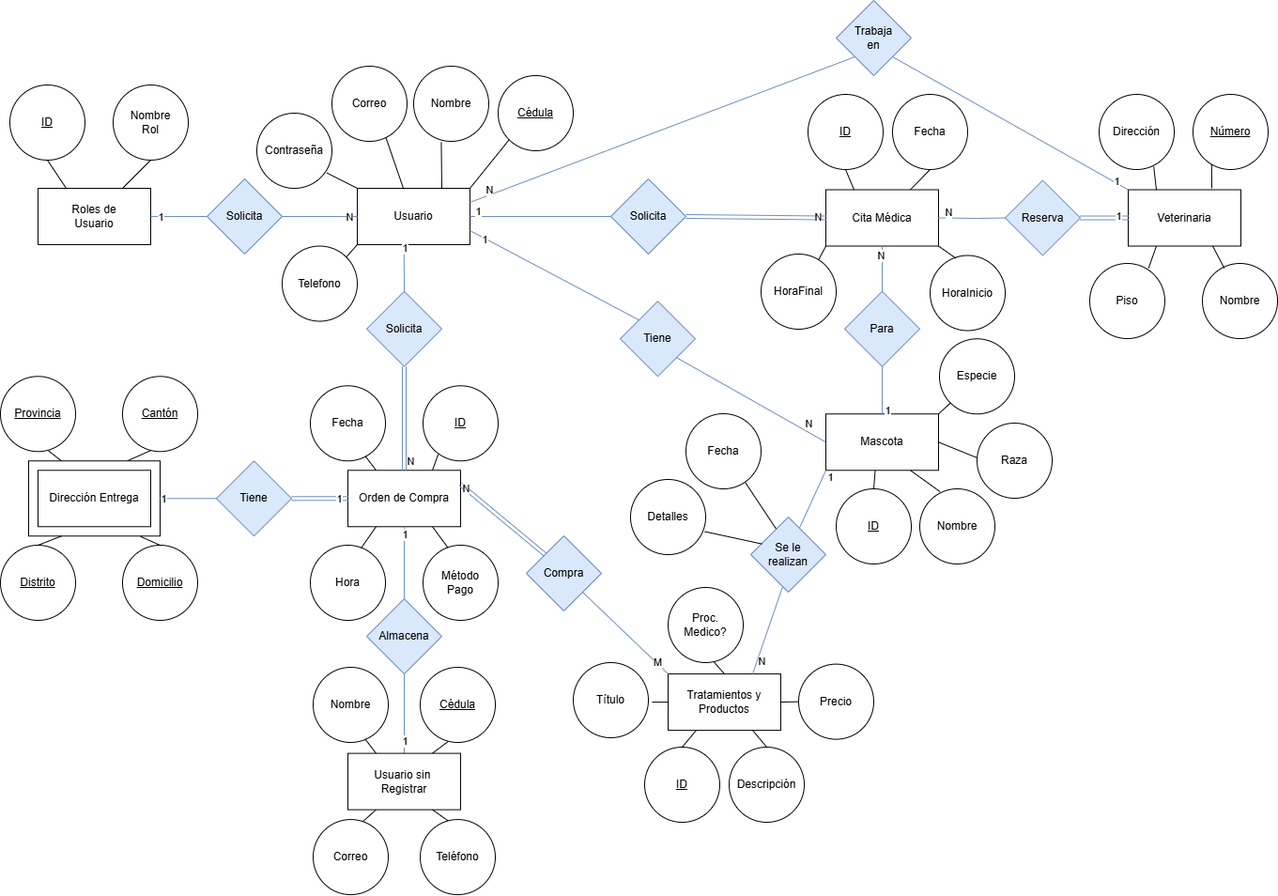
The draw.io diagram Database/Diagramas/Diagrama Conceptual.png in Maxg2212/MiPetCR, before a commit. Source tidied: cells renumbered, new cells last; positions are measured from the earlier drawing's top-left corner, leaving out a move shared by most shapes.
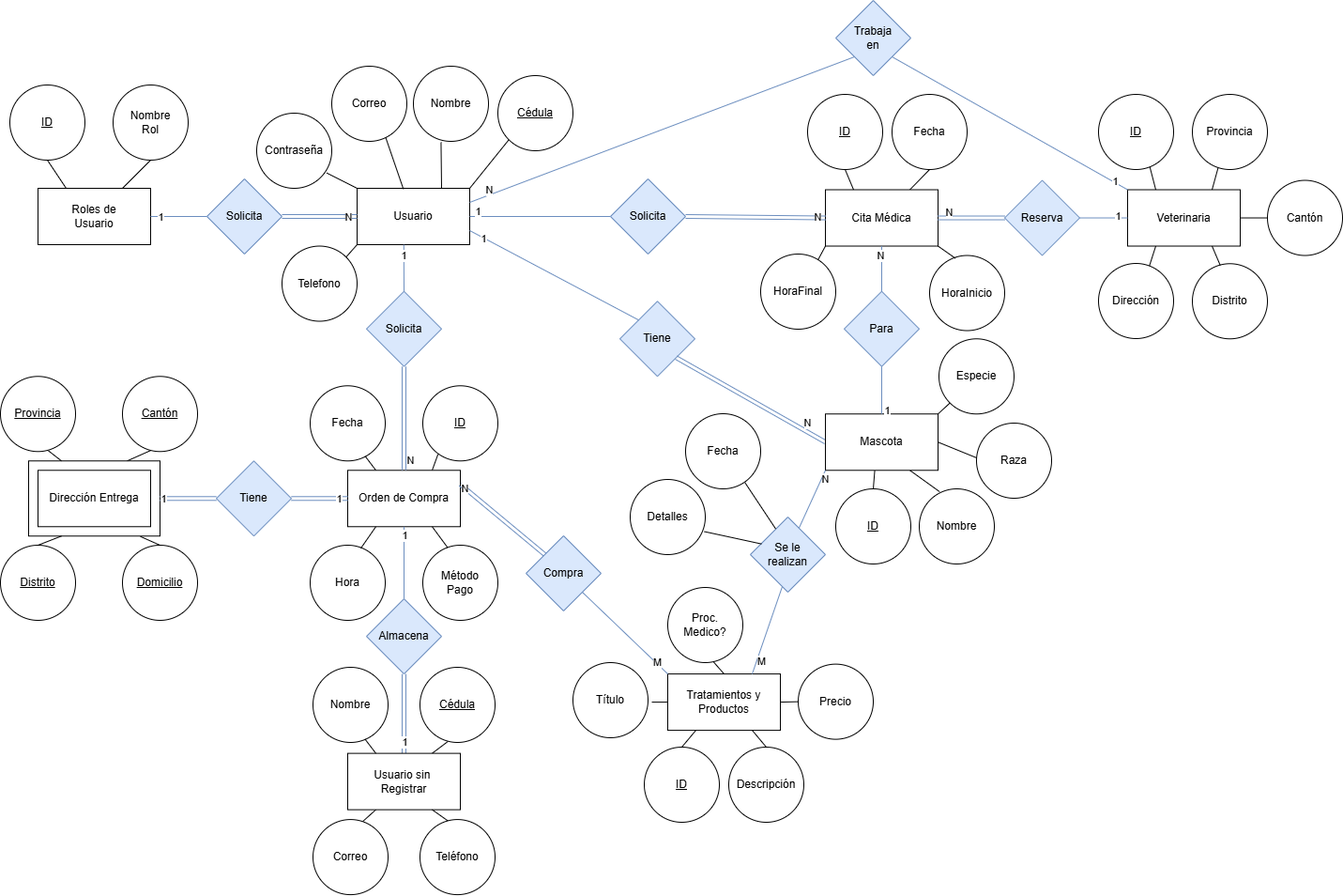
The same file after the commit.

Commit message:
Actualizaciones al diagrama conceptual

What changed in the source:
```diff
@@ -23,7 +23,7 @@
     <mxCell id="8" style="endArrow=none;html=1;rounded=0;entryX=1;entryY=0;entryDx=0;entryDy=0;exitX=0;exitY=1;exitDx=0;exitDy=0;" parent="1" edge="1" source="3" target="6">
       <mxGeometry relative="1" as="geometry" />
     </mxCell>
-    <mxCell id="9" style="endArrow=none;html=1;rounded=0;entryX=0;entryY=0.5;entryDx=0;entryDy=0;exitX=1;exitY=1;exitDx=0;exitDy=0;fillColor=#dae8fc;strokeColor=#6c8ebf;" parent="1" edge="1" source="2" target="92">
+    <mxCell id="9" style="endArrow=none;html=1;rounded=0;entryX=0;entryY=0.5;entryDx=0;entryDy=0;exitX=1;exitY=1;exitDx=0;exitDy=0;fillColor=#dae8fc;strokeColor=#6c8ebf;shape=link;" parent="1" edge="1" source="2" target="92">
       <mxGeometry relative="1" as="geometry" />
     </mxCell>
     <mxCell id="10" value="N" style="edgeLabel;html=1;align=center;verticalAlign=middle;" parent="9" vertex="1">
@@ -57,14 +57,14 @@
     <mxCell id="18" style="endArrow=none;html=1;rounded=0;entryX=0.25;entryY=0;entryDx=0;entryDy=0;exitX=0.735;exitY=0.94;exitDx=0;exitDy=0;exitPerimeter=0;" parent="1" edge="1" source="17" target="33">
       <mxGeometry relative="1" as="geometry" />
     </mxCell>
-    <mxCell id="19" value="Dirección" style="ellipse;whiteSpace=wrap;html=1;" parent="1" vertex="1">
+    <mxCell id="19" value="&lt;u&gt;ID&lt;/u&gt;" style="ellipse;whiteSpace=wrap;html=1;" parent="1" vertex="1">
       <mxGeometry x="1170" y="100" width="80" height="80" as="geometry" />
     </mxCell>
-    <mxCell id="20" value="&lt;u&gt;Número&lt;/u&gt;" style="ellipse;whiteSpace=wrap;html=1;" parent="1" vertex="1">
+    <mxCell id="20" value="Provincia" style="ellipse;whiteSpace=wrap;html=1;" parent="1" vertex="1">
       <mxGeometry x="1270" y="100" width="80" height="80" as="geometry" />
     </mxCell>
-    <mxCell id="21" value="Nombre" style="ellipse;whiteSpace=wrap;html=1;" parent="1" vertex="1">
-      <mxGeometry x="1280" y="280" width="80" height="80" as="geometry" />
+    <mxCell id="21" value="Cantón" style="ellipse;whiteSpace=wrap;html=1;" parent="1" vertex="1">
+      <mxGeometry x="1350" y="191.5" width="80" height="80" as="geometry" />
     </mxCell>
     <mxCell id="22" value="&lt;u&gt;Provincia&lt;/u&gt;" style="ellipse;whiteSpace=wrap;html=1;" parent="1" vertex="1">
       <mxGeometry y="400.3" width="80" height="80" as="geometry" />
@@ -154,10 +154,12 @@
       <mxGeometry relative="1" as="geometry" />
     </mxCell>
     <mxCell id="49" value="1" style="edgeLabel;html=1;align=center;verticalAlign=middle;" parent="48" vertex="1">
-      <mxGeometry x="-0.9" relative="1" as="geometry" />
+      <mxGeometry x="-0.9" relative="1" as="geometry">
+        <mxPoint y="8" as="offset" />
+      </mxGeometry>
     </mxCell>
-    <mxCell id="50" value="Piso" style="ellipse;whiteSpace=wrap;html=1;" parent="1" vertex="1">
-      <mxGeometry x="1160" y="280" width="80" height="80" as="geometry" />
+    <mxCell id="50" value="Dirección" style="ellipse;whiteSpace=wrap;html=1;" parent="1" vertex="1">
+      <mxGeometry x="1170" y="280" width="80" height="80" as="geometry" />
     </mxCell>
     <mxCell id="51" value="HoraInicio" style="ellipse;whiteSpace=wrap;html=1;" parent="1" vertex="1">
       <mxGeometry x="990" y="271.5" width="80" height="80" as="geometry" />
@@ -201,7 +203,7 @@
     <mxCell id="64" value="Tiene" style="rhombus;whiteSpace=wrap;html=1;fillColor=#dae8fc;strokeColor=#6c8ebf;" parent="1" vertex="1">
       <mxGeometry x="230" y="490.3" width="80" height="80" as="geometry" />
     </mxCell>
-    <mxCell id="65" style="endArrow=none;html=1;rounded=0;exitX=1;exitY=0.5;exitDx=0;exitDy=0;fillColor=#dae8fc;strokeColor=#6c8ebf;entryX=0;entryY=0.5;entryDx=0;entryDy=0;" parent="1" edge="1" source="61" target="64">
+    <mxCell id="65" style="endArrow=none;html=1;rounded=0;exitX=1;exitY=0.5;exitDx=0;exitDy=0;fillColor=#dae8fc;strokeColor=#6c8ebf;entryX=0;entryY=0.5;entryDx=0;entryDy=0;shape=link;" parent="1" edge="1" source="61" target="64">
       <mxGeometry relative="1" as="geometry" />
     </mxCell>
     <mxCell id="66" value="1" style="edgeLabel;html=1;align=center;verticalAlign=middle;" parent="65" vertex="1">
@@ -241,7 +243,7 @@
         <mxPoint y="5" as="offset" />
       </mxGeometry>
     </mxCell>
-    <mxCell id="77" style="endArrow=none;html=1;rounded=0;exitX=0.5;exitY=0;exitDx=0;exitDy=0;fillColor=#dae8fc;strokeColor=#6c8ebf;entryX=0.5;entryY=1;entryDx=0;entryDy=0;" parent="1" edge="1" source="79" target="74">
+    <mxCell id="77" style="endArrow=none;html=1;rounded=0;exitX=0.5;exitY=0;exitDx=0;exitDy=0;fillColor=#dae8fc;strokeColor=#6c8ebf;entryX=0.5;entryY=1;entryDx=0;entryDy=0;shape=link;" parent="1" edge="1" source="79" target="74">
       <mxGeometry relative="1" as="geometry" />
     </mxCell>
     <mxCell id="78" value="1" style="edgeLabel;html=1;align=center;verticalAlign=middle;" parent="77" vertex="1">
@@ -355,7 +357,7 @@
     <mxCell id="112" value="Solicita" style="rhombus;whiteSpace=wrap;html=1;fillColor=#dae8fc;strokeColor=#6c8ebf;" parent="1" vertex="1">
       <mxGeometry x="220" y="190" width="80" height="80" as="geometry" />
     </mxCell>
-    <mxCell id="113" style="endArrow=none;html=1;rounded=0;entryX=1;entryY=0.5;entryDx=0;entryDy=0;exitX=0;exitY=0.5;exitDx=0;exitDy=0;fillColor=#dae8fc;strokeColor=#6c8ebf;" parent="1" edge="1" source="3" target="112">
+    <mxCell id="113" style="endArrow=none;html=1;rounded=0;entryX=1;entryY=0.5;entryDx=0;entryDy=0;exitX=0;exitY=0.5;exitDx=0;exitDy=0;fillColor=#dae8fc;strokeColor=#6c8ebf;shape=link;" parent="1" edge="1" source="3" target="112">
       <mxGeometry relative="1" as="geometry" />
     </mxCell>
     <mxCell id="114" value="N" style="edgeLabel;html=1;align=center;verticalAlign=middle;" parent="113" vertex="1">
@@ -371,21 +373,19 @@
         <mxPoint x="-47" as="offset" />
       </mxGeometry>
     </mxCell>
-    <mxCell id="117" style="endArrow=none;html=1;rounded=0;entryX=0.727;entryY=0.962;entryDx=0;entryDy=0;exitX=0.25;exitY=0;exitDx=0;exitDy=0;entryPerimeter=0;" parent="1" edge="1" source="16" target="19">
+    <mxCell id="117" style="endArrow=none;html=1;rounded=0;entryX=0.685;entryY=0.97;entryDx=0;entryDy=0;exitX=0.25;exitY=0;exitDx=0;exitDy=0;entryPerimeter=0;" parent="1" edge="1" source="16" target="19">
       <mxGeometry relative="1" as="geometry" />
     </mxCell>
-    <mxCell id="118" style="endArrow=none;html=1;rounded=0;entryX=0.248;entryY=0.934;entryDx=0;entryDy=0;entryPerimeter=0;" parent="1" edge="1" target="20">
-      <mxGeometry relative="1" as="geometry">
-        <mxPoint x="1290" y="200" as="sourcePoint" />
-      </mxGeometry>
+    <mxCell id="118" style="endArrow=none;html=1;rounded=0;entryX=0.342;entryY=0.98;entryDx=0;entryDy=0;entryPerimeter=0;exitX=0.75;exitY=0;exitDx=0;exitDy=0;" parent="1" edge="1" source="16" target="20">
+      <mxGeometry relative="1" as="geometry" />
     </mxCell>
-    <mxCell id="119" style="endArrow=none;html=1;rounded=0;entryX=0.784;entryY=0.062;entryDx=0;entryDy=0;exitX=0.25;exitY=1;exitDx=0;exitDy=0;entryPerimeter=0;" parent="1" edge="1" source="16" target="50">
+    <mxCell id="119" style="endArrow=none;html=1;rounded=0;entryX=0.678;entryY=0.032;entryDx=0;entryDy=0;exitX=0.25;exitY=1;exitDx=0;exitDy=0;entryPerimeter=0;" parent="1" edge="1" source="16" target="50">
       <mxGeometry relative="1" as="geometry" />
     </mxCell>
-    <mxCell id="120" style="endArrow=none;html=1;rounded=0;entryX=0.75;entryY=1;entryDx=0;entryDy=0;exitX=0.291;exitY=0.062;exitDx=0;exitDy=0;exitPerimeter=0;" parent="1" edge="1" source="21" target="16">
+    <mxCell id="120" style="endArrow=none;html=1;rounded=0;entryX=1;entryY=0.5;entryDx=0;entryDy=0;exitX=0;exitY=0.5;exitDx=0;exitDy=0;" parent="1" edge="1" source="21" target="16">
       <mxGeometry relative="1" as="geometry" />
     </mxCell>
-    <mxCell id="121" style="endArrow=none;html=1;rounded=0;exitX=0;exitY=0.5;exitDx=0;exitDy=0;fillColor=#dae8fc;strokeColor=#6c8ebf;shape=link;entryX=1;entryY=0.5;entryDx=0;entryDy=0;" parent="1" edge="1" source="16" target="101">
+    <mxCell id="121" style="endArrow=none;html=1;rounded=0;exitX=0;exitY=0.5;exitDx=0;exitDy=0;fillColor=#dae8fc;strokeColor=#6c8ebf;entryX=1;entryY=0.5;entryDx=0;entryDy=0;" parent="1" edge="1" source="16" target="101">
       <mxGeometry relative="1" as="geometry" />
     </mxCell>
     <mxCell id="122" value="1" style="edgeLabel;html=1;align=center;verticalAlign=middle;" parent="121" vertex="1">
@@ -393,12 +393,8 @@
         <mxPoint x="-8" y="-2" as="offset" />
       </mxGeometry>
     </mxCell>
-    <mxCell id="123" style="endArrow=none;html=1;rounded=0;fillColor=#dae8fc;strokeColor=#6c8ebf;entryX=0;entryY=0.5;entryDx=0;entryDy=0;exitX=1;exitY=0.5;exitDx=0;exitDy=0;" parent="1" edge="1" source="34" target="101">
-      <mxGeometry relative="1" as="geometry">
-        <Array as="points">
-          <mxPoint x="1040" y="232" />
-        </Array>
-      </mxGeometry>
+    <mxCell id="123" style="endArrow=none;html=1;rounded=0;fillColor=#dae8fc;strokeColor=#6c8ebf;entryX=0;entryY=0.5;entryDx=0;entryDy=0;exitX=1;exitY=0.5;exitDx=0;exitDy=0;shape=link;" parent="1" edge="1" source="34" target="101">
+      <mxGeometry relative="1" as="geometry" />
     </mxCell>
     <mxCell id="124" value="N" style="edgeLabel;html=1;align=center;verticalAlign=middle;" parent="123" vertex="1">
       <mxGeometry x="-0.9" relative="1" as="geometry">
@@ -427,9 +423,9 @@
     <mxCell id="130" style="endArrow=none;html=1;rounded=0;exitX=0;exitY=1;exitDx=0;exitDy=0;fillColor=#dae8fc;strokeColor=#6c8ebf;entryX=0.65;entryY=0.144;entryDx=0;entryDy=0;entryPerimeter=0;" parent="1" edge="1" source="92" target="132">
       <mxGeometry relative="1" as="geometry" />
     </mxCell>
-    <mxCell id="131" value="1" style="edgeLabel;html=1;align=center;verticalAlign=middle;" parent="130" vertex="1">
+    <mxCell id="131" value="N" style="edgeLabel;html=1;align=center;verticalAlign=middle;" parent="130" vertex="1">
       <mxGeometry x="-0.9" relative="1" as="geometry">
-        <mxPoint x="6" y="4" as="offset" />
+        <mxPoint x="1" y="7" as="offset" />
       </mxGeometry>
     </mxCell>
     <mxCell id="132" value="Se le&lt;div&gt;realizan&lt;/div&gt;" style="rhombus;whiteSpace=wrap;html=1;fillColor=#dae8fc;strokeColor=#6c8ebf;" parent="1" vertex="1">
@@ -438,7 +434,7 @@
     <mxCell id="133" style="endArrow=none;html=1;rounded=0;exitX=0.75;exitY=0;exitDx=0;exitDy=0;fillColor=#dae8fc;strokeColor=#6c8ebf;entryX=0.425;entryY=0.927;entryDx=0;entryDy=0;entryPerimeter=0;" parent="1" edge="1" source="35" target="132">
       <mxGeometry relative="1" as="geometry" />
     </mxCell>
-    <mxCell id="134" value="N" style="edgeLabel;html=1;align=center;verticalAlign=middle;" parent="133" vertex="1">
+    <mxCell id="134" value="M" style="edgeLabel;html=1;align=center;verticalAlign=middle;" parent="133" vertex="1">
       <mxGeometry x="-0.9" relative="1" as="geometry">
         <mxPoint x="8" y="-9" as="offset" />
       </mxGeometry>
@@ -474,5 +470,11 @@
         <mxPoint y="-2" as="offset" />
       </mxGeometry>
     </mxCell>
+    <mxCell id="144" value="Distrito" style="ellipse;whiteSpace=wrap;html=1;" parent="1" vertex="1">
+      <mxGeometry x="1270" y="280.3" width="80" height="80" as="geometry" />
+    </mxCell>
+    <mxCell id="145" style="endArrow=none;html=1;rounded=0;entryX=0.371;entryY=0.021;entryDx=0;entryDy=0;exitX=0.75;exitY=1;exitDx=0;exitDy=0;entryPerimeter=0;" parent="1" edge="1" source="16" target="144">
+      <mxGeometry relative="1" as="geometry" />
+    </mxCell>
   </root>
 </mxGraphModel>
```
